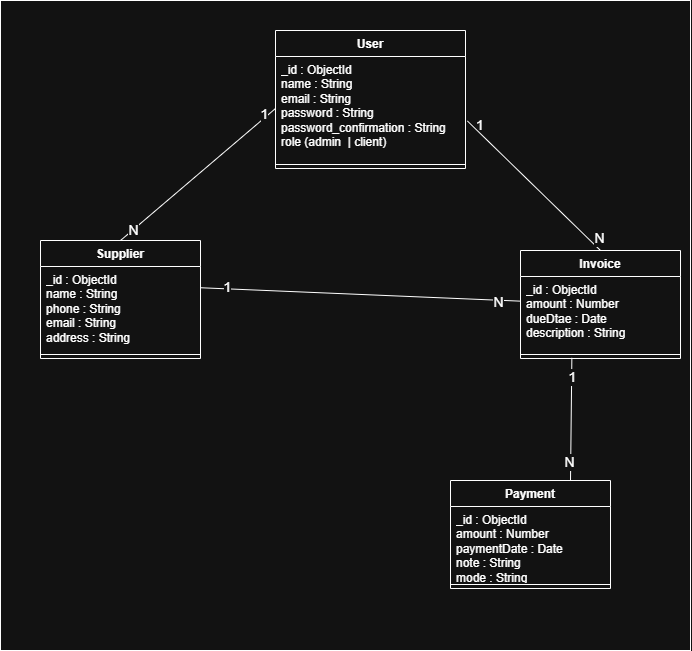
Before: Images/class.png, a diagram exported from draw.io (zinebsektaoui/Smart-Invoice-Payment-Tracking). Source tidied: cells renumbered, new cells last; positions are measured from the earlier drawing's top-left corner, leaving out a move shared by most shapes.
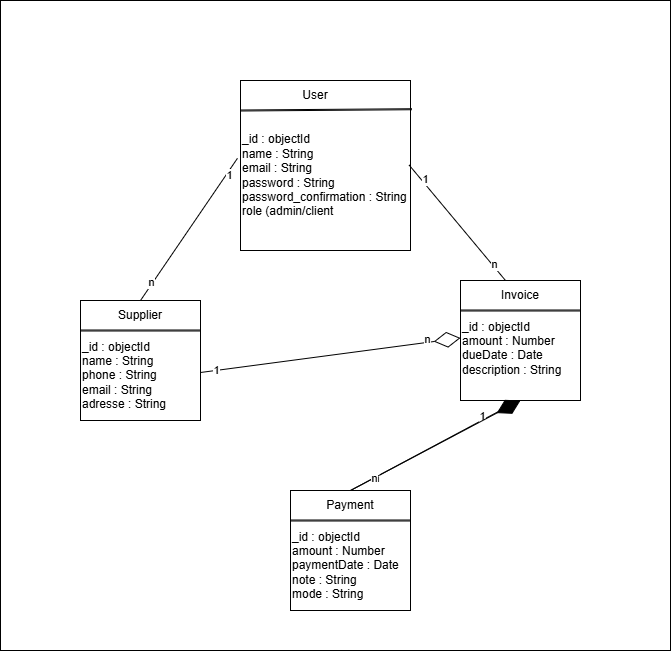
Above is the later version.

Commit message:
les diagrammes

The edit, as a diff of the source:
```diff
@@ -2,86 +2,116 @@
   <root>
     <mxCell id="0" />
     <mxCell id="1" parent="0" />
-    <mxCell id="2" value="&amp;nbsp;&amp;nbsp; " style="rounded=0;whiteSpace=wrap;html=1;" parent="1" vertex="1">
-      <mxGeometry width="690" height="650" as="geometry" />
-    </mxCell>
+    <mxCell id="27" style="rounded=0;whiteSpace=wrap;html=1;" parent="1" vertex="1">
+      <mxGeometry x="-480" y="-460" width="670" height="650" as="geometry" />
+    </mxCell>
+    <mxCell id="28" style="whiteSpace=wrap;html=1;" parent="1" vertex="1">
+      <mxGeometry x="-240" y="-380" width="170" height="170" as="geometry" />
+    </mxCell>
+    <mxCell id="29" style="shape=link;html=1;rounded=0;width=1;entryX=1.008;entryY=0.169;entryDx=0;entryDy=0;entryPerimeter=0;" parent="1" edge="1" target="28">
+      <mxGeometry relative="1" as="geometry">
+        <mxPoint x="-240" y="-350" as="sourcePoint" />
+      </mxGeometry>
+    </mxCell>
-    <mxCell id="3" value="User" style="swimlane;fontStyle=1;align=center;verticalAlign=top;horizontal=1;startSize=26;whiteSpace=wrap;html=1;" parent="1" vertex="1">
-      <mxGeometry x="275" y="30" width="190" height="138" as="geometry" />
+    <mxCell id="3" value="User" style="text;html=1;whiteSpace=wrap;strokeColor=none;fillColor=none;align=center;verticalAlign=middle;rounded=0;" parent="1" vertex="1">
+      <mxGeometry x="-195" y="-380" width="60" height="30" as="geometry" />
     </mxCell>
-    <mxCell id="4" value="_id : ObjectId&lt;div&gt;name : String&lt;/div&gt;&lt;div&gt;email : String&lt;/div&gt;&lt;div&gt;password : String&lt;/div&gt;&lt;div&gt;password_confirmation : String&lt;/div&gt;&lt;div&gt;role (admin&amp;nbsp; | client)&lt;/div&gt;" style="text;strokeColor=none;fillColor=none;align=left;verticalAlign=top;spacingLeft=4;spacingRight=4;overflow=hidden;points=[[0,0.5],[1,0.5]];portConstraint=eastwest;whiteSpace=wrap;html=1;" parent="3" vertex="1">
-      <mxGeometry y="26" width="190" height="104" as="geometry" />
-    </mxCell>
-    <mxCell id="5" style="line;strokeWidth=1;fillColor=none;align=left;verticalAlign=middle;spacingTop=-1;spacingLeft=3;spacingRight=3;labelPosition=right;strokeColor=inherit;" parent="3" vertex="1">
-      <mxGeometry y="130" width="190" height="8" as="geometry" />
-    </mxCell>
+    <mxCell id="30" value="_id : objectId&lt;div&gt;name : String&lt;/div&gt;&lt;div&gt;email : String&lt;/div&gt;&lt;div&gt;password : String&lt;/div&gt;&lt;div&gt;password_confirmation : String&lt;/div&gt;&lt;div&gt;role (admin/client&lt;/div&gt;" style="text;html=1;whiteSpace=wrap;strokeColor=none;fillColor=none;align=left;verticalAlign=middle;rounded=0;" parent="1" vertex="1">
+      <mxGeometry x="-240" y="-340" width="170" height="110" as="geometry" />
+    </mxCell>
+    <mxCell id="31" style="whiteSpace=wrap;html=1;" parent="1" vertex="1">
+      <mxGeometry x="-20" y="-180" width="120" height="120" as="geometry" />
+    </mxCell>
+    <mxCell id="32" style="shape=link;html=1;rounded=0;width=1;entryX=1;entryY=0.25;entryDx=0;entryDy=0;" parent="1" edge="1" target="31">
+      <mxGeometry relative="1" as="geometry">
+        <mxPoint x="-20" y="-150" as="sourcePoint" />
+      </mxGeometry>
+    </mxCell>
-    <mxCell id="6" value="Invoice" style="swimlane;fontStyle=1;align=center;verticalAlign=top;horizontal=1;startSize=26;whiteSpace=wrap;html=1;" parent="1" vertex="1">
-      <mxGeometry x="520" y="250" width="160" height="108" as="geometry" />
+    <mxCell id="6" value="Invoice" style="text;html=1;whiteSpace=wrap;strokeColor=none;fillColor=none;align=center;verticalAlign=middle;rounded=0;" parent="1" vertex="1">
+      <mxGeometry x="10" y="-180" width="60" height="30" as="geometry" />
     </mxCell>
-    <mxCell id="7" value="_id : ObjectId&lt;div&gt;amount : Number&lt;/div&gt;&lt;div&gt;dueDtae : Date&lt;/div&gt;&lt;div&gt;description : String&lt;/div&gt;" style="text;strokeColor=none;fillColor=none;align=left;verticalAlign=top;spacingLeft=4;spacingRight=4;overflow=hidden;whiteSpace=wrap;html=1;" parent="6" vertex="1">
-      <mxGeometry y="26" width="160" height="74" as="geometry" />
-    </mxCell>
-    <mxCell id="8" style="line;strokeWidth=1;fillColor=none;align=left;verticalAlign=middle;spacingTop=-1;spacingLeft=3;spacingRight=3;labelPosition=right;points=[];portConstraint=eastwest;strokeColor=inherit;" parent="6" vertex="1">
-      <mxGeometry y="100" width="160" height="8" as="geometry" />
-    </mxCell>
+    <mxCell id="33" value="_id : objectId&lt;div&gt;amount : Number&lt;/div&gt;&lt;div&gt;dueDate : Date&lt;/div&gt;&lt;div&gt;description : String&lt;/div&gt;&lt;div&gt;&lt;br&gt;&lt;/div&gt;" style="text;html=1;whiteSpace=wrap;strokeColor=none;fillColor=none;align=left;verticalAlign=middle;rounded=0;" parent="1" vertex="1">
+      <mxGeometry x="-20" y="-140" width="120" height="70" as="geometry" />
+    </mxCell>
+    <mxCell id="34" style="whiteSpace=wrap;html=1;" parent="1" vertex="1">
+      <mxGeometry x="-400" y="-160" width="120" height="120" as="geometry" />
+    </mxCell>
+    <mxCell id="35" style="shape=link;html=1;rounded=0;width=1;entryX=1;entryY=0.25;entryDx=0;entryDy=0;" parent="1" edge="1" target="34">
+      <mxGeometry relative="1" as="geometry">
+        <mxPoint x="-400" y="-130" as="sourcePoint" />
+      </mxGeometry>
+    </mxCell>
-    <mxCell id="9" value="Supplier" style="swimlane;fontStyle=1;align=center;verticalAlign=top;horizontal=1;startSize=26;whiteSpace=wrap;html=1;" parent="1" vertex="1">
-      <mxGeometry x="40" y="240" width="160" height="118" as="geometry" />
+    <mxCell id="9" value="Supplier" style="text;html=1;whiteSpace=wrap;strokeColor=none;fillColor=none;align=center;verticalAlign=middle;rounded=0;" parent="1" vertex="1">
+      <mxGeometry x="-370" y="-160" width="60" height="30" as="geometry" />
     </mxCell>
-    <mxCell id="10" value="_id : ObjectId&lt;div&gt;&lt;div&gt;name : String&lt;/div&gt;&lt;div&gt;phone : String&lt;/div&gt;&lt;div&gt;email : String&lt;/div&gt;&lt;div&gt;address : String&lt;/div&gt;&lt;/div&gt;" style="text;strokeColor=none;fillColor=none;align=left;verticalAlign=top;spacingLeft=4;spacingRight=4;overflow=hidden;points=[[0,0.5],[1,0.5]];portConstraint=eastwest;whiteSpace=wrap;html=1;" parent="9" vertex="1">
-      <mxGeometry y="26" width="160" height="84" as="geometry" />
-    </mxCell>
-    <mxCell id="11" style="line;strokeWidth=1;fillColor=none;align=left;verticalAlign=middle;spacingTop=-1;spacingLeft=3;spacingRight=3;labelPosition=right;strokeColor=inherit;" parent="9" vertex="1">
-      <mxGeometry y="110" width="160" height="8" as="geometry" />
-    </mxCell>
+    <mxCell id="36" value="_id : objectId&lt;div&gt;name : String&lt;/div&gt;&lt;div&gt;phone :&amp;nbsp;&lt;span style=&quot;background-color: transparent; color: light-dark(rgb(0, 0, 0), rgb(255, 255, 255));&quot;&gt;String&lt;/span&gt;&lt;/div&gt;&lt;div&gt;email : String&lt;/div&gt;&lt;div&gt;adresse : String&lt;/div&gt;" style="text;html=1;whiteSpace=wrap;strokeColor=none;fillColor=none;align=left;verticalAlign=middle;rounded=0;" parent="1" vertex="1">
+      <mxGeometry x="-400" y="-120" width="120" height="70" as="geometry" />
+    </mxCell>
+    <mxCell id="37" style="whiteSpace=wrap;html=1;" parent="1" vertex="1">
+      <mxGeometry x="-190" y="30" width="120" height="120" as="geometry" />
+    </mxCell>
+    <mxCell id="38" style="shape=link;html=1;rounded=0;width=1;entryX=1;entryY=0.25;entryDx=0;entryDy=0;" parent="1" edge="1" target="37">
+      <mxGeometry relative="1" as="geometry">
+        <mxPoint x="-190" y="60" as="sourcePoint" />
+      </mxGeometry>
+    </mxCell>
-    <mxCell id="12" value="Payment" style="swimlane;fontStyle=1;align=center;verticalAlign=top;horizontal=1;startSize=26;whiteSpace=wrap;html=1;" parent="1" vertex="1">
-      <mxGeometry x="450" y="480" width="160" height="108" as="geometry" />
+    <mxCell id="12" value="Payment" style="text;html=1;whiteSpace=wrap;strokeColor=none;fillColor=none;align=center;verticalAlign=middle;rounded=0;" parent="1" vertex="1">
+      <mxGeometry x="-160" y="30" width="60" height="30" as="geometry" />
     </mxCell>
-    <mxCell id="13" value="_id : ObjectId&lt;div&gt;amount : Number&lt;/div&gt;&lt;div&gt;paymentDate : Date&lt;/div&gt;&lt;div&gt;note : String&lt;/div&gt;&lt;div&gt;mode : String&lt;/div&gt;" style="text;strokeColor=none;fillColor=none;align=left;verticalAlign=top;spacingLeft=4;spacingRight=4;overflow=hidden;whiteSpace=wrap;html=1;" parent="12" vertex="1">
-      <mxGeometry y="26" width="160" height="74" as="geometry" />
-    </mxCell>
-    <mxCell id="14" style="line;strokeWidth=1;fillColor=none;align=left;verticalAlign=middle;spacingTop=-1;spacingLeft=3;spacingRight=3;labelPosition=right;strokeColor=inherit;" parent="12" vertex="1">
-      <mxGeometry y="100" width="160" height="8" as="geometry" />
-    </mxCell>
-    <mxCell id="15" style="endArrow=none;html=1;rounded=0;exitX=1.01;exitY=0.62;exitDx=0;exitDy=0;exitPerimeter=0;entryX=0.5;entryY=0;entryDx=0;entryDy=0;" parent="1" edge="1" source="4" target="6">
-      <mxGeometry relative="1" as="geometry" />
-    </mxCell>
-    <mxCell id="16" value="&lt;font style=&quot;font-size: 14px;&quot;&gt;N&lt;/font&gt;" style="edgeLabel;html=1;align=center;verticalAlign=middle;" parent="15" vertex="1">
-      <mxGeometry x="0.79" y="-1" relative="1" as="geometry">
-        <mxPoint x="13" as="offset" />
-      </mxGeometry>
-    </mxCell>
-    <mxCell id="17" style="endArrow=none;html=1;rounded=0;exitX=0;exitY=0.5;exitDx=0;exitDy=0;entryX=0.5;entryY=0;entryDx=0;entryDy=0;" parent="1" edge="1" source="4" target="9">
-      <mxGeometry relative="1" as="geometry" />
-    </mxCell>
-    <mxCell id="18" value="&lt;font style=&quot;font-size: 14px;&quot;&gt;1&lt;/font&gt;" style="edgeLabel;html=1;align=center;verticalAlign=middle;" parent="17" vertex="1">
-      <mxGeometry x="-0.87" y="-3" relative="1" as="geometry" />
-    </mxCell>
-    <mxCell id="19" value="&lt;font style=&quot;font-size: 14px;&quot;&gt;N&lt;/font&gt;" style="edgeLabel;html=1;align=center;verticalAlign=middle;" parent="17" vertex="1">
-      <mxGeometry x="0.84" relative="1" as="geometry" />
-    </mxCell>
-    <mxCell id="20" style="endArrow=none;html=1;rounded=0;exitX=0.321;exitY=0.917;exitDx=0;exitDy=0;exitPerimeter=0;entryX=0.75;entryY=0;entryDx=0;entryDy=0;" parent="1" edge="1" source="8" target="12">
-      <mxGeometry relative="1" as="geometry" />
-    </mxCell>
-    <mxCell id="21" value="&lt;font style=&quot;font-size: 14px;&quot;&gt;1&lt;/font&gt;" style="edgeLabel;html=1;align=center;verticalAlign=middle;" parent="20" vertex="1">
-      <mxGeometry x="-0.69" relative="1" as="geometry" />
-    </mxCell>
-    <mxCell id="22" value="&lt;font style=&quot;font-size: 14px;&quot;&gt;N&lt;/font&gt;" style="edgeLabel;html=1;align=center;verticalAlign=middle;" parent="20" vertex="1">
-      <mxGeometry x="0.7" y="-3" relative="1" as="geometry">
-        <mxPoint x="1" as="offset" />
-      </mxGeometry>
-    </mxCell>
-    <mxCell id="23" style="endArrow=none;html=1;rounded=0;entryX=1.002;entryY=0.253;entryDx=0;entryDy=0;entryPerimeter=0;" parent="1" edge="1" source="6" target="10">
-      <mxGeometry relative="1" as="geometry" />
-    </mxCell>
-    <mxCell id="24" value="&lt;font style=&quot;font-size: 14px;&quot;&gt;N&lt;/font&gt;" style="edgeLabel;html=1;align=center;verticalAlign=middle;" parent="23" vertex="1">
-      <mxGeometry x="-0.85" y="4" relative="1" as="geometry">
-        <mxPoint x="3" y="-2" as="offset" />
-      </mxGeometry>
-    </mxCell>
-    <mxCell id="25" value="&lt;font style=&quot;font-size: 14px;&quot;&gt;1&lt;/font&gt;" style="edgeLabel;html=1;align=center;verticalAlign=middle;" parent="23" vertex="1">
-      <mxGeometry x="0.84" y="-2" relative="1" as="geometry" />
-    </mxCell>
-    <mxCell id="26" value="&lt;font style=&quot;font-size: 14px;&quot;&gt;1&lt;/font&gt;" style="text;html=1;whiteSpace=wrap;strokeColor=none;fillColor=none;align=center;verticalAlign=middle;rounded=0;" parent="1" vertex="1">
-      <mxGeometry x="450" y="110" width="60" height="30" as="geometry" />
-    </mxCell>
+    <mxCell id="39" value="_id : objectId&lt;div&gt;amount : Number&lt;/div&gt;&lt;div&gt;paymentDate : Date&lt;/div&gt;&lt;div&gt;note : String&lt;/div&gt;&lt;div&gt;mode : String&lt;/div&gt;" style="text;html=1;whiteSpace=wrap;strokeColor=none;fillColor=none;align=left;verticalAlign=middle;rounded=0;" parent="1" vertex="1">
+      <mxGeometry x="-190" y="70" width="120" height="70" as="geometry" />
+    </mxCell>
+    <mxCell id="40" style="endArrow=none;html=1;rounded=0;entryX=-0.018;entryY=0.344;entryDx=0;entryDy=0;entryPerimeter=0;exitX=0.5;exitY=0;exitDx=0;exitDy=0;" parent="1" edge="1" source="9" target="30">
+      <mxGeometry relative="1" as="geometry" />
+    </mxCell>
+    <mxCell id="41" value="1" style="edgeLabel;html=1;align=center;verticalAlign=middle;" parent="40" vertex="1">
+      <mxGeometry x="0.79" y="-2" relative="1" as="geometry" />
+    </mxCell>
+    <mxCell id="42" value="n" style="edgeLabel;html=1;align=center;verticalAlign=middle;" parent="40" vertex="1">
+      <mxGeometry x="-0.75" y="2" relative="1" as="geometry" />
+    </mxCell>
+    <mxCell id="43" style="endArrow=none;html=1;rounded=0;entryX=0.25;entryY=0;entryDx=0;entryDy=0;exitX=0.992;exitY=0.405;exitDx=0;exitDy=0;exitPerimeter=0;" parent="1" edge="1" source="30" target="6">
+      <mxGeometry relative="1" as="geometry" />
+    </mxCell>
+    <mxCell id="44" value="1" style="edgeLabel;html=1;align=center;verticalAlign=middle;" parent="43" vertex="1">
+      <mxGeometry x="-0.74" y="2" relative="1" as="geometry">
+        <mxPoint x="1" as="offset" />
+      </mxGeometry>
+    </mxCell>
+    <mxCell id="45" value="n" style="edgeLabel;html=1;align=center;verticalAlign=middle;" parent="43" vertex="1">
+      <mxGeometry x="0.73" y="2" relative="1" as="geometry" />
+    </mxCell>
+    <mxCell id="46" style="endArrow=none;html=1;rounded=0;exitX=0.5;exitY=0;exitDx=0;exitDy=0;entryX=0.419;entryY=1.037;entryDx=0;entryDy=0;entryPerimeter=0;" parent="1" edge="1" source="12" target="31">
+      <mxGeometry relative="1" as="geometry" />
+    </mxCell>
+    <mxCell id="47" value="1" style="edgeLabel;html=1;align=center;verticalAlign=middle;" parent="46" vertex="1">
+      <mxGeometry x="0.67" y="4" relative="1" as="geometry">
+        <mxPoint x="-1" as="offset" />
+      </mxGeometry>
+    </mxCell>
+    <mxCell id="48" value="n" style="edgeLabel;html=1;align=center;verticalAlign=middle;" parent="46" vertex="1">
+      <mxGeometry x="-0.7" y="-1" relative="1" as="geometry" />
+    </mxCell>
+    <mxCell id="49" style="endArrow=diamondThin;endFill=1;endSize=24;html=1;rounded=0;entryX=0.5;entryY=1;entryDx=0;entryDy=0;" parent="1" edge="1" target="31">
+      <mxGeometry relative="1" as="geometry">
+        <mxPoint x="-130" y="30" as="sourcePoint" />
+      </mxGeometry>
+    </mxCell>
+    <mxCell id="50" value="n" style="edgeLabel;html=1;align=center;verticalAlign=middle;" parent="49" vertex="1">
+      <mxGeometry x="-0.73" relative="1" as="geometry" />
+    </mxCell>
+    <mxCell id="51" style="endArrow=diamondThin;endFill=0;endSize=24;html=1;rounded=0;exitX=1;exitY=0.5;exitDx=0;exitDy=0;entryX=0;entryY=0.25;entryDx=0;entryDy=0;" parent="1" edge="1" target="33">
+      <mxGeometry relative="1" as="geometry">
+        <mxPoint x="-280" y="-88" as="sourcePoint" />
+      </mxGeometry>
+    </mxCell>
+    <mxCell id="52" value="1" style="edgeLabel;html=1;align=center;verticalAlign=middle;" parent="51" vertex="1">
+      <mxGeometry x="-0.89" relative="1" as="geometry">
+        <mxPoint y="-1" as="offset" />
+      </mxGeometry>
+    </mxCell>
+    <mxCell id="53" value="n" style="edgeLabel;html=1;align=center;verticalAlign=middle;" parent="51" vertex="1">
+      <mxGeometry x="0.74" y="4" relative="1" as="geometry" />
+    </mxCell>
   </root>
 </mxGraphModel>
```
